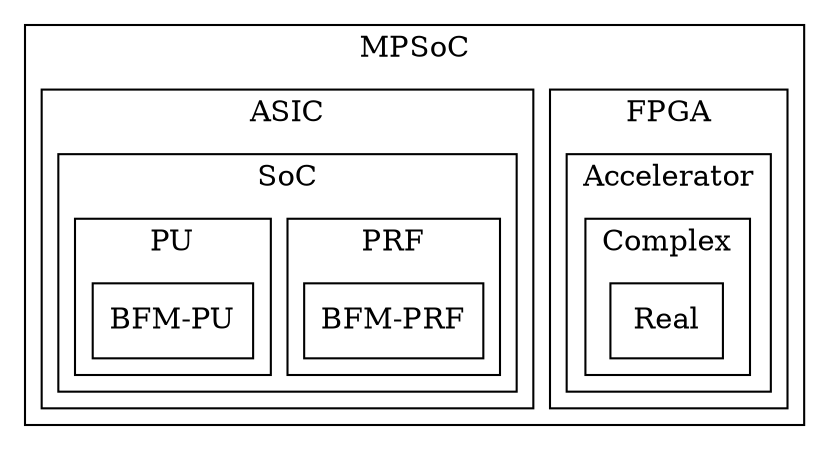
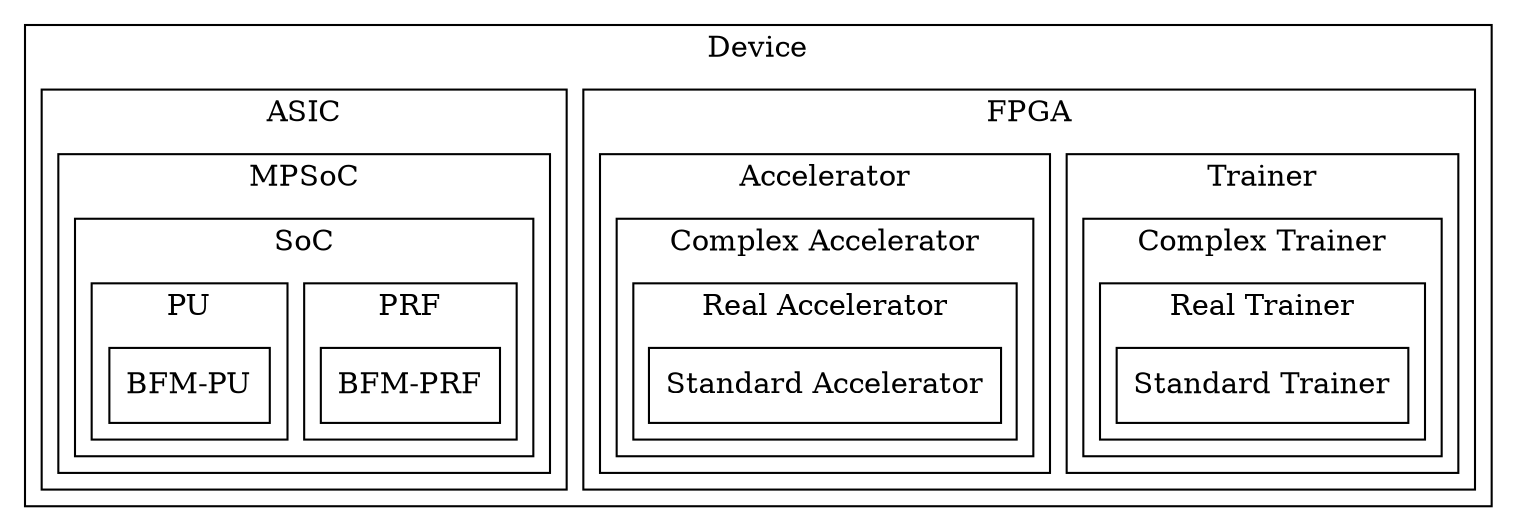
digraph Project {
  // Introduction
  graph [splines=ortho];
  node[shape=record];

  // Blocks
-   subgraph "cluster MPSoC" { label = "MPSoC";
+   subgraph "cluster Device" { label = "Device";
    subgraph "cluster FPGA" { label = "FPGA";
+       subgraph "cluster Trainer" { label = "Trainer";
+         subgraph "cluster ComplexTrainer" { label = "Complex Trainer";
+           subgraph "cluster RealTrainer" { label = "Real Trainer";
+             StandardTrainer[shape=box, label="Standard Trainer"];
+           }
+         }
+       }
      subgraph "cluster Accelerator" { label = "Accelerator";
-         subgraph "cluster Complex" {label = "Complex";
-           Real[shape=box, label="Real"];
+         subgraph "cluster ComplexAccelerator" { label = "Complex Accelerator";
+           subgraph "cluster RealAccelerator" { label = "Real Accelerator";
+             StandardAccelerator[shape=box, label="Standard Accelerator"];
+           }
        }
      }
    }
    subgraph "cluster ASIC" { label = "ASIC";
-       subgraph "cluster SoC" { label = "SoC";
-         subgraph "cluster PRF" {label = "PRF";
-           BFM_PRF[shape=box, label="BFM-PRF"];
-         }
-         subgraph "cluster PU" { label = "PU";
-           BFM_PU[shape=box, label="BFM-PU"];
+       subgraph "cluster MPSoC" { label = "MPSoC";
+         subgraph "cluster SoC" { label = "SoC";
+           subgraph "cluster PRF" {label = "PRF";
+             BFM_PRF[shape=box, label="BFM-PRF"];
+           }
+           subgraph "cluster PU" { label = "PU";
+             BFM_PU[shape=box, label="BFM-PU"];
+           }
        }
      }
    }
  }

  // Sequence
}
